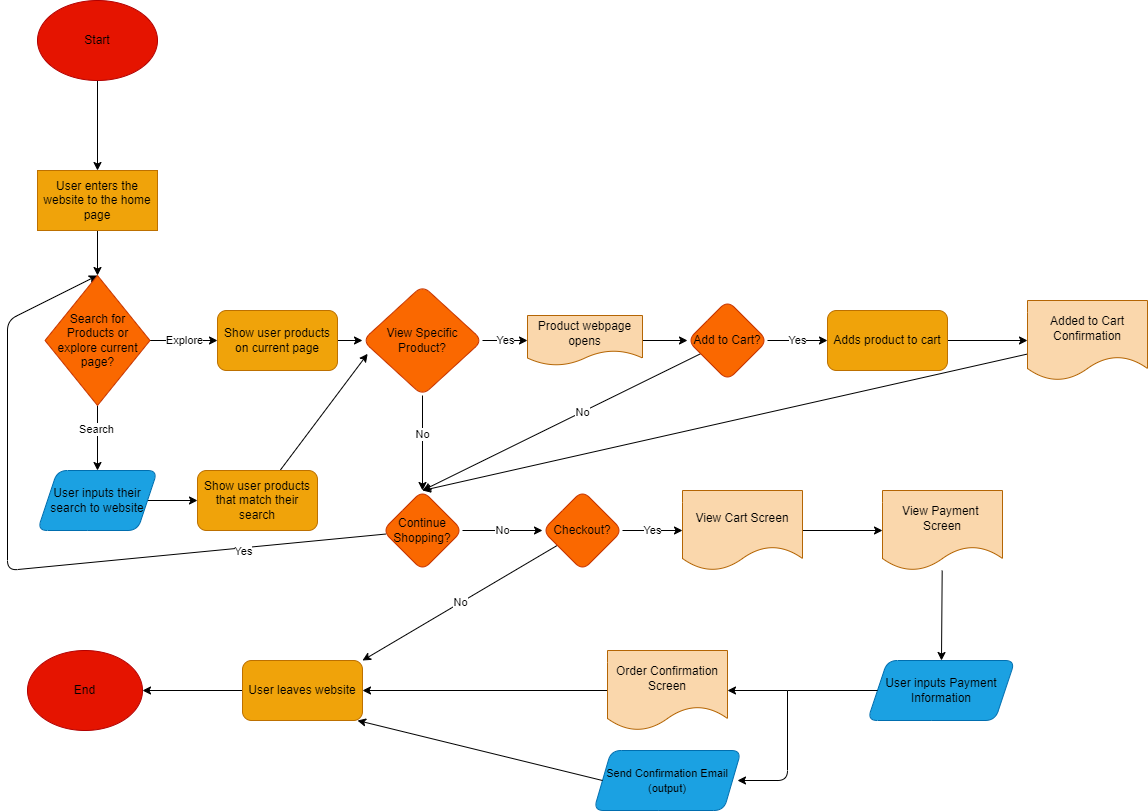
Earlier version of the draw.io export explore/diagramming/diagram.drawio.png (ank010/sp23-cse110-lab4). Source tidied: cells renumbered, new cells last; positions are measured from the earlier drawing's top-left corner, leaving out a move shared by most shapes.
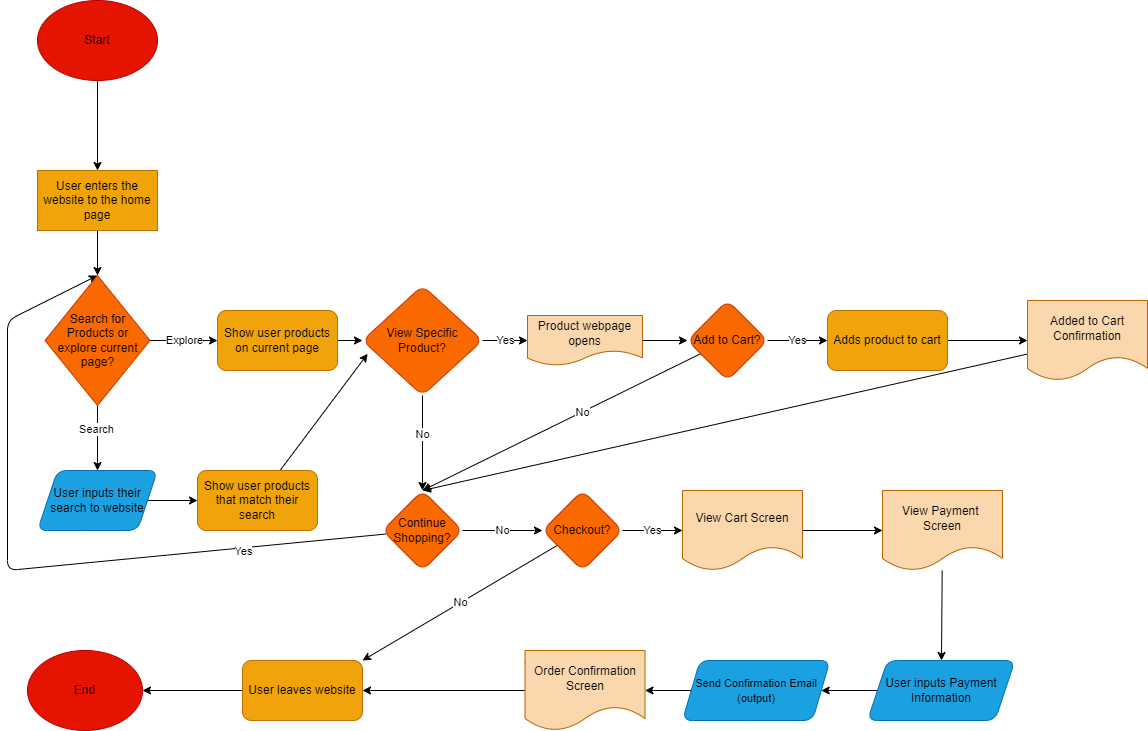
After the change.

What changed in the source:
```diff
@@ -120,6 +120,9 @@
     <mxCell id="38" value="&lt;font color=&quot;#000000&quot;&gt;View Payment&amp;nbsp; Screen&lt;/font&gt;" style="shape=document;whiteSpace=wrap;html=1;boundedLbl=1;rounded=1;fillColor=#fad7ac;strokeColor=#b46504;" parent="1" vertex="1">
       <mxGeometry x="875" y="490" width="120" height="80" as="geometry" />
     </mxCell>
+    <mxCell id="53" style="edgeStyle=none;html=1;" parent="1" edge="1" source="39" target="47">
+      <mxGeometry relative="1" as="geometry" />
+    </mxCell>
     <mxCell id="39" value="&lt;font color=&quot;#000000&quot;&gt;User inputs Payment Information&lt;/font&gt;" style="shape=parallelogram;perimeter=parallelogramPerimeter;whiteSpace=wrap;html=1;fixedSize=1;rounded=1;fillColor=#1ba1e2;fontColor=#ffffff;strokeColor=#006EAF;" parent="1" vertex="1">
       <mxGeometry x="860" y="660" width="147.5" height="60" as="geometry" />
     </mxCell>
@@ -127,7 +130,7 @@
       <mxGeometry relative="1" as="geometry" />
     </mxCell>
     <mxCell id="41" value="&lt;font color=&quot;#000000&quot;&gt;Order Confirmation Screen&lt;/font&gt;" style="shape=document;whiteSpace=wrap;html=1;boundedLbl=1;rounded=1;fillColor=#fad7ac;strokeColor=#b46504;" parent="1" vertex="1">
-      <mxGeometry x="600" y="650" width="120" height="80" as="geometry" />
+      <mxGeometry x="517.5" y="650" width="120" height="80" as="geometry" />
     </mxCell>
     <mxCell id="42" style="edgeStyle=none;html=1;" parent="1" edge="1" source="43" target="44">
       <mxGeometry relative="1" as="geometry" />
@@ -145,35 +148,10 @@
       <mxGeometry x="30" y="470" width="120" height="60" as="geometry" />
     </mxCell>
     <mxCell id="47" value="&lt;font style=&quot;font-size: 11px;&quot; color=&quot;#000000&quot;&gt;Send Confirmation Email (output)&lt;/font&gt;" style="shape=parallelogram;perimeter=parallelogramPerimeter;whiteSpace=wrap;html=1;fixedSize=1;rounded=1;fillColor=#1ba1e2;fontColor=#ffffff;strokeColor=#006EAF;size=17.5;" parent="1" vertex="1">
-      <mxGeometry x="586.2" y="750" width="147.5" height="60" as="geometry" />
+      <mxGeometry x="675" y="660" width="147.5" height="60" as="geometry" />
     </mxCell>
-    <mxCell id="48" style="endArrow=none;html=1;fontSize=11;fontColor=#000000;" parent="1" edge="1">
-      <mxGeometry relative="1" as="geometry">
-        <mxPoint x="780" y="690" as="sourcePoint" />
-        <mxPoint x="870" y="690" as="targetPoint" />
-      </mxGeometry>
-    </mxCell>
-    <mxCell id="49" style="endArrow=classic;html=1;fontSize=11;fontColor=#000000;" parent="1" edge="1">
-      <mxGeometry relative="1" as="geometry">
-        <mxPoint x="780" y="690" as="sourcePoint" />
-        <mxPoint x="730" y="780" as="targetPoint" />
-        <Array as="points">
-          <mxPoint x="780" y="780" />
-        </Array>
-      </mxGeometry>
-    </mxCell>
-    <mxCell id="50" style="endArrow=classic;html=1;fontSize=11;fontColor=#000000;entryX=1;entryY=0.5;entryDx=0;entryDy=0;" parent="1" edge="1" target="41">
-      <mxGeometry relative="1" as="geometry">
-        <mxPoint x="780" y="690" as="sourcePoint" />
-      </mxGeometry>
-    </mxCell>
-    <mxCell id="51" style="endArrow=classic;html=1;fontSize=11;fontColor=#000000;exitX=0;exitY=0.5;exitDx=0;exitDy=0;" parent="1" edge="1" source="47">
-      <mxGeometry relative="1" as="geometry">
-        <mxPoint x="350" y="720" as="targetPoint" />
-      </mxGeometry>
-    </mxCell>
-    <mxCell id="52" value="&lt;font color=&quot;#ffffff&quot;&gt;(At the same time)&lt;/font&gt;" style="text;strokeColor=none;align=center;fillColor=none;html=1;verticalAlign=middle;whiteSpace=wrap;rounded=0;fontSize=11;fontColor=#000000;" parent="1" vertex="1">
-      <mxGeometry x="650" y="720" width="60" height="30" as="geometry" />
-    </mxCell>
+    <mxCell id="54" style="endArrow=classic;html=1;exitX=0;exitY=0.5;exitDx=0;exitDy=0;entryX=1;entryY=0.5;entryDx=0;entryDy=0;" parent="1" edge="1" source="47" target="41">
+      <mxGeometry relative="1" as="geometry" />
+    </mxCell>
   </root>
 </mxGraphModel>
```
